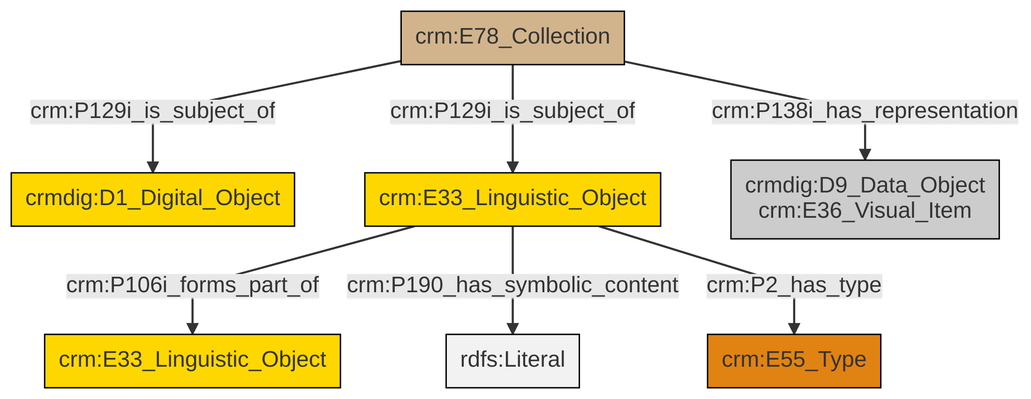
Above: et/archivalCSV/ttl/mmd/png/archival_docs.png in swiss-art-research-net/docs.swissartresearch (Mermaid), before the change. Its source is kept beside it as et/archivalCSV/ttl/mmd/archival_docs.ttl.mmd.
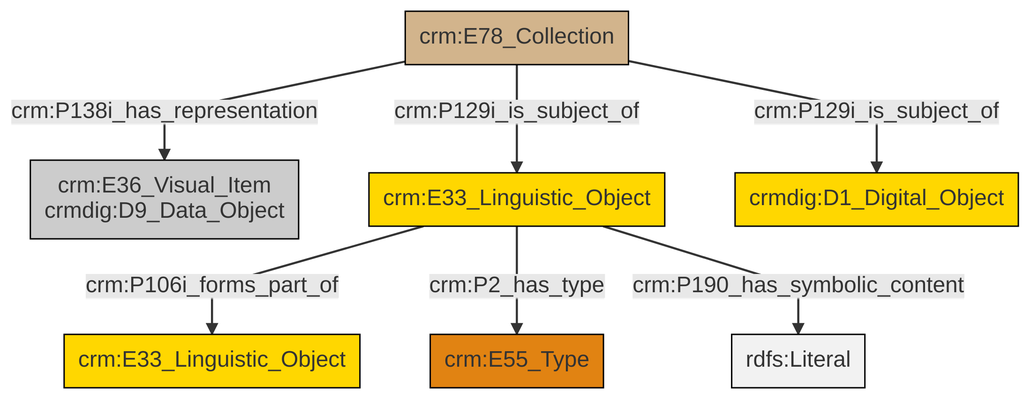
The same file after the commit.

The edit, as a diff of the source:
```diff
@@ -13,9 +13,9 @@
 classDef PC_Classes fill:#4ce600, stroke:#000000;
 classDef Multi fill:#cccccc,stroke:#000000;
 
-0["crm:E78_Collection"]:::Physical_Thing -->|crm:P129i_is_subject_of| 1["crmdig:D1_Digital_Object"]:::Conceptual_Object
-2["crm:E33_Linguistic_Object"]:::Conceptual_Object -->|crm:P106i_forms_part_of| 3["crm:E33_Linguistic_Object"]:::Conceptual_Object
-2["crm:E33_Linguistic_Object"]:::Conceptual_Object -->|crm:P190_has_symbolic_content| 7[rdfs:Literal]:::Literal
-0["crm:E78_Collection"]:::Physical_Thing -->|crm:P129i_is_subject_of| 2["crm:E33_Linguistic_Object"]:::Conceptual_Object
-0["crm:E78_Collection"]:::Physical_Thing -->|crm:P138i_has_representation| 9["crmdig:D9_Data_Object<br>crm:E36_Visual_Item"]:::Multi
-2["crm:E33_Linguistic_Object"]:::Conceptual_Object -->|crm:P2_has_type| 4["crm:E55_Type"]:::Type
+3["crm:E33_Linguistic_Object"]:::Conceptual_Object -->|crm:P106i_forms_part_of| 4["crm:E33_Linguistic_Object"]:::Conceptual_Object
+3["crm:E33_Linguistic_Object"]:::Conceptual_Object -->|crm:P2_has_type| 7["crm:E55_Type"]:::Type
+10["crm:E78_Collection"]:::Physical_Thing -->|crm:P129i_is_subject_of| 3["crm:E33_Linguistic_Object"]:::Conceptual_Object
+3["crm:E33_Linguistic_Object"]:::Conceptual_Object -->|crm:P190_has_symbolic_content| 12[rdfs:Literal]:::Literal
+10["crm:E78_Collection"]:::Physical_Thing -->|crm:P138i_has_representation| 0["crm:E36_Visual_Item<br>crmdig:D9_Data_Object"]:::Multi
+10["crm:E78_Collection"]:::Physical_Thing -->|crm:P129i_is_subject_of| 5["crmdig:D1_Digital_Object"]:::Conceptual_Object
```
